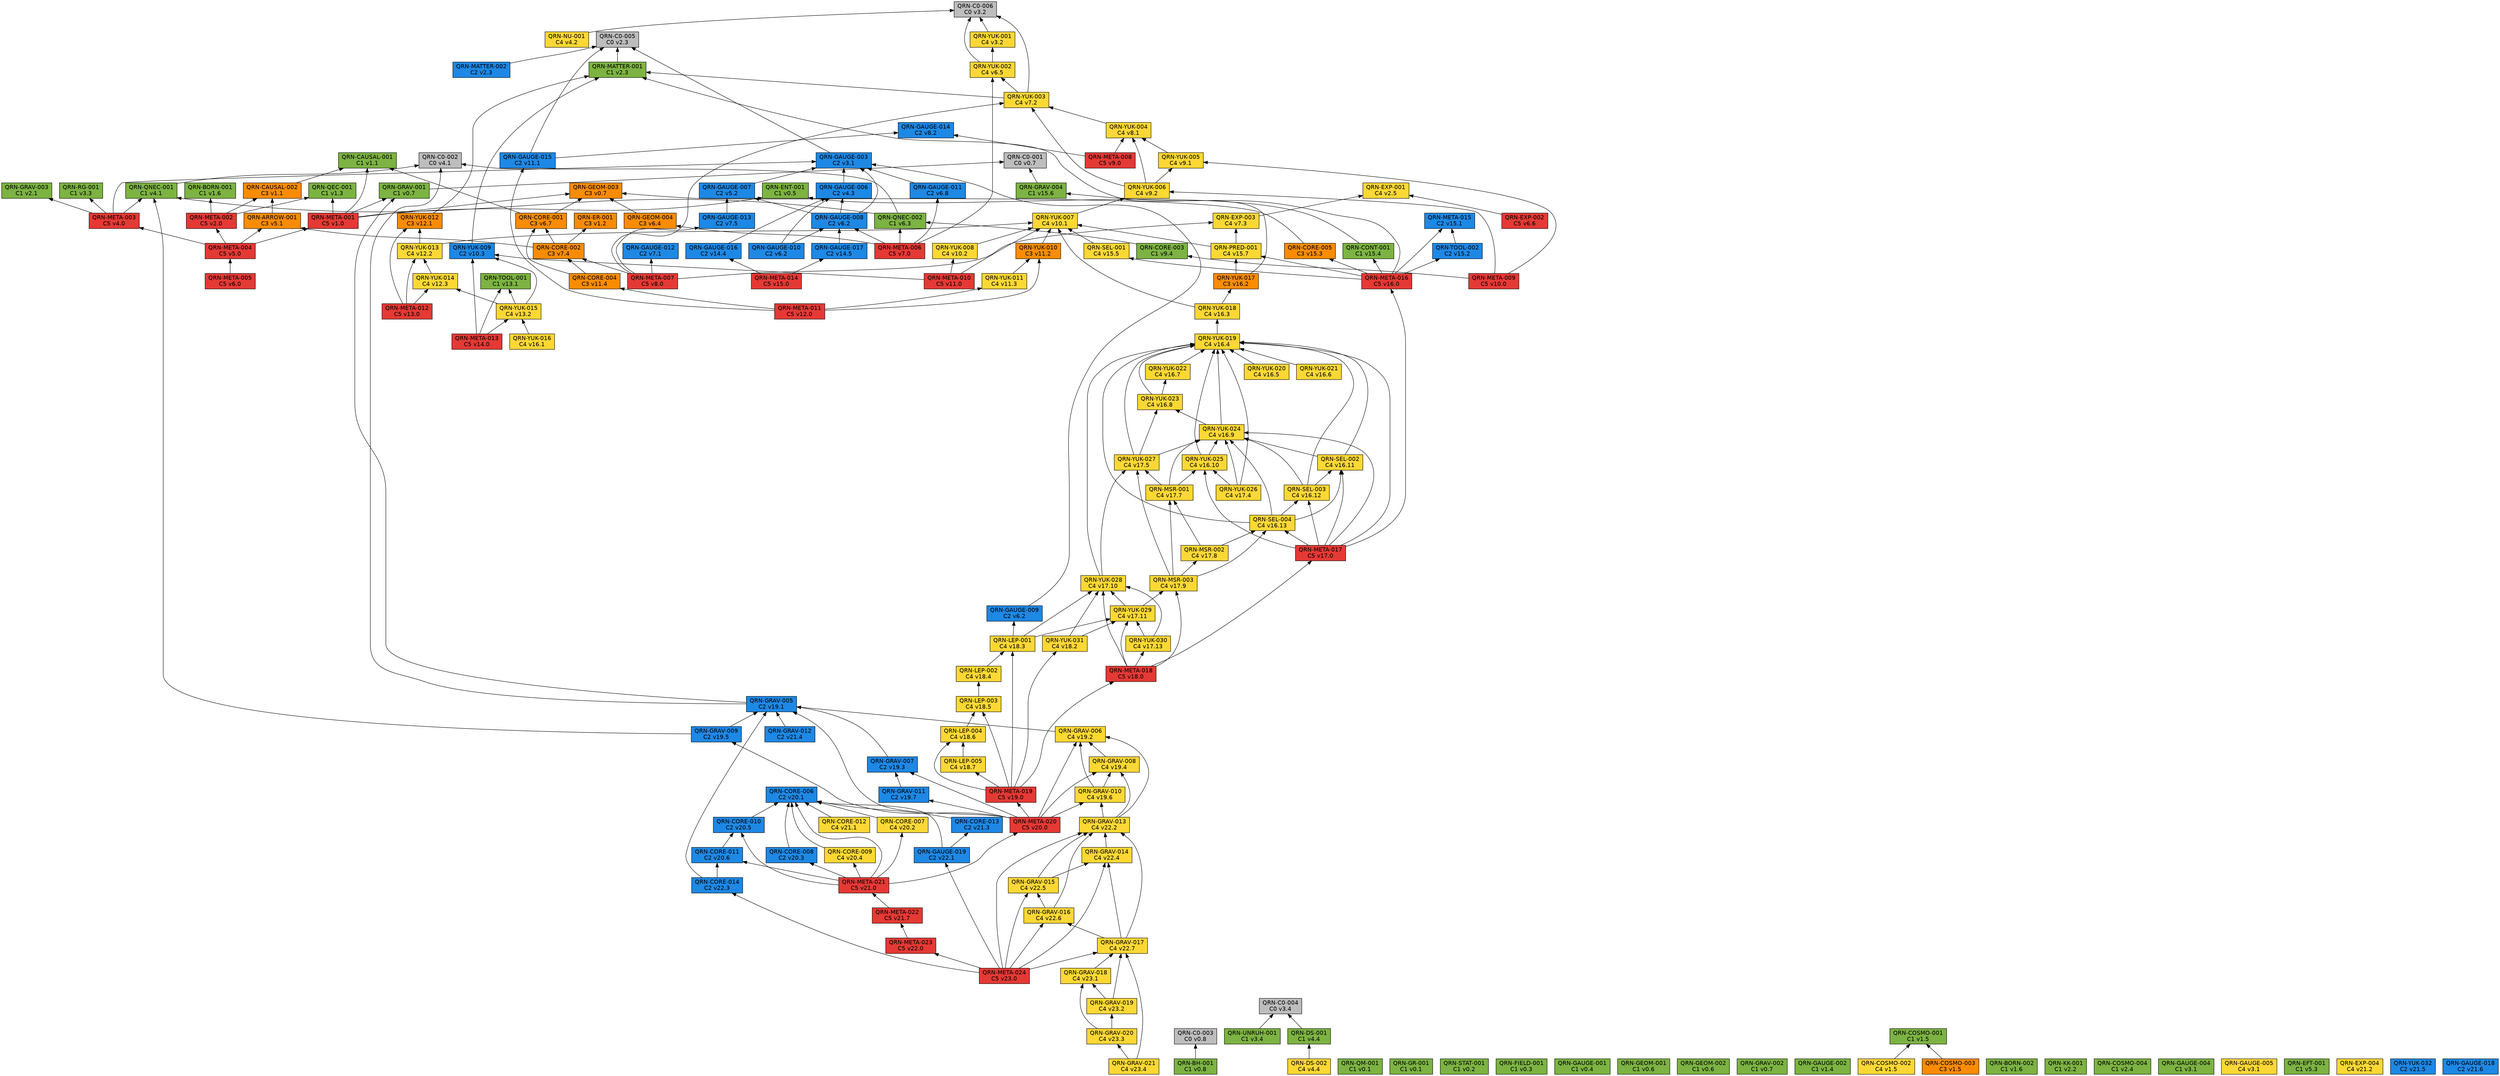
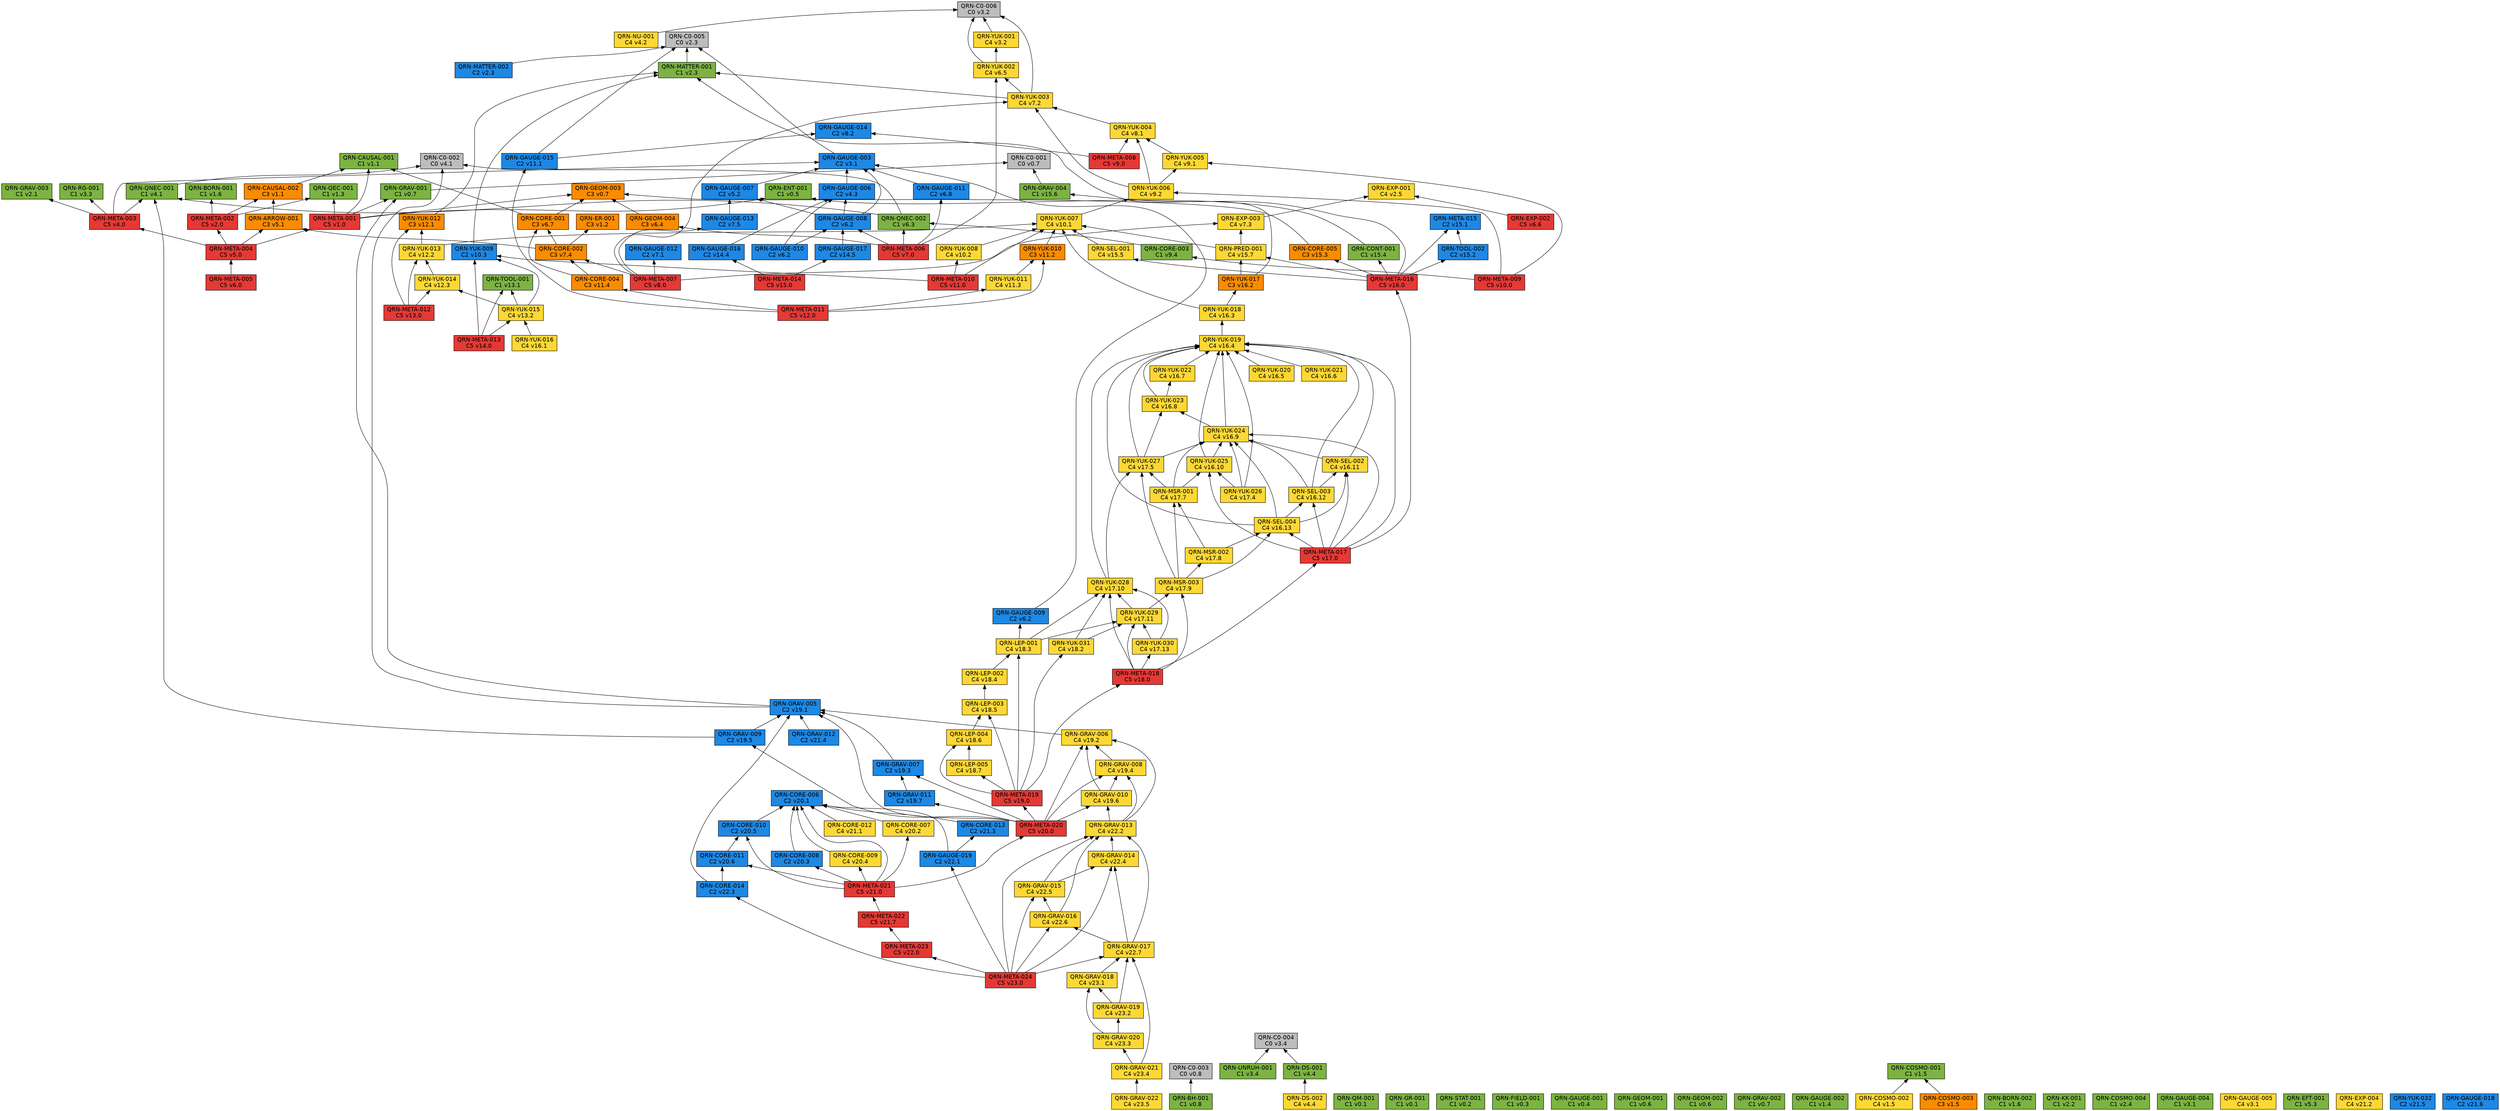
// 自動生成 (dag/report.pl) — QRN 主張依存グラフ
digraph qrn {
  rankdir=BT;
  node [shape=box, style=filled, fontname="Helvetica"];
  "QRN-C0-001" [fillcolor="#bdbdbd", label="QRN-C0-001\nC0 v0.7"];
  "QRN-C0-002" [fillcolor="#bdbdbd", label="QRN-C0-002\nC0 v4.1"];
  "QRN-C0-003" [fillcolor="#bdbdbd", label="QRN-C0-003\nC0 v0.8"];
  "QRN-C0-004" [fillcolor="#bdbdbd", label="QRN-C0-004\nC0 v3.4"];
  "QRN-C0-005" [fillcolor="#bdbdbd", label="QRN-C0-005\nC0 v2.3"];
  "QRN-C0-006" [fillcolor="#bdbdbd", label="QRN-C0-006\nC0 v3.2"];
  "QRN-QM-001" [fillcolor="#7cb342", label="QRN-QM-001\nC1 v0.1"];
  "QRN-GR-001" [fillcolor="#7cb342", label="QRN-GR-001\nC1 v0.1"];
  "QRN-STAT-001" [fillcolor="#7cb342", label="QRN-STAT-001\nC1 v0.2"];
  "QRN-FIELD-001" [fillcolor="#7cb342", label="QRN-FIELD-001\nC1 v0.3"];
  "QRN-GAUGE-001" [fillcolor="#7cb342", label="QRN-GAUGE-001\nC1 v0.4"];
  "QRN-ENT-001" [fillcolor="#7cb342", label="QRN-ENT-001\nC1 v0.5"];
  "QRN-GEOM-001" [fillcolor="#7cb342", label="QRN-GEOM-001\nC1 v0.6"];
  "QRN-GEOM-002" [fillcolor="#7cb342", label="QRN-GEOM-002\nC1 v0.6"];
  "QRN-GEOM-003" [fillcolor="#fb8c00", label="QRN-GEOM-003\nC3 v0.7"];
  "QRN-GRAV-001" [fillcolor="#7cb342", label="QRN-GRAV-001\nC1 v0.7"];
  "QRN-GRAV-002" [fillcolor="#7cb342", label="QRN-GRAV-002\nC1 v0.7"];
  "QRN-BH-001" [fillcolor="#7cb342", label="QRN-BH-001\nC1 v0.8"];
  "QRN-CAUSAL-001" [fillcolor="#7cb342", label="QRN-CAUSAL-001\nC1 v1.1"];
  "QRN-CAUSAL-002" [fillcolor="#fb8c00", label="QRN-CAUSAL-002\nC3 v1.1"];
  "QRN-ER-001" [fillcolor="#fb8c00", label="QRN-ER-001\nC3 v1.2"];
  "QRN-QEC-001" [fillcolor="#7cb342", label="QRN-QEC-001\nC1 v1.3"];
  "QRN-GAUGE-002" [fillcolor="#7cb342", label="QRN-GAUGE-002\nC1 v1.4"];
  "QRN-COSMO-001" [fillcolor="#7cb342", label="QRN-COSMO-001\nC1 v1.5"];
  "QRN-COSMO-002" [fillcolor="#fdd835", label="QRN-COSMO-002\nC4 v1.5"];
  "QRN-COSMO-003" [fillcolor="#fb8c00", label="QRN-COSMO-003\nC3 v1.5"];
  "QRN-BORN-001" [fillcolor="#7cb342", label="QRN-BORN-001\nC1 v1.6"];
  "QRN-BORN-002" [fillcolor="#7cb342", label="QRN-BORN-002\nC1 v1.6"];
  "QRN-GRAV-003" [fillcolor="#7cb342", label="QRN-GRAV-003\nC1 v2.1"];
  "QRN-KK-001" [fillcolor="#7cb342", label="QRN-KK-001\nC1 v2.2"];
  "QRN-MATTER-001" [fillcolor="#7cb342", label="QRN-MATTER-001\nC1 v2.3"];
  "QRN-MATTER-002" [fillcolor="#1e88e5", label="QRN-MATTER-002\nC2 v2.3"];
  "QRN-COSMO-004" [fillcolor="#7cb342", label="QRN-COSMO-004\nC1 v2.4"];
  "QRN-EXP-001" [fillcolor="#fdd835", label="QRN-EXP-001\nC4 v2.5"];
  "QRN-GAUGE-003" [fillcolor="#1e88e5", label="QRN-GAUGE-003\nC2 v3.1"];
  "QRN-GAUGE-004" [fillcolor="#7cb342", label="QRN-GAUGE-004\nC1 v3.1"];
  "QRN-GAUGE-005" [fillcolor="#fdd835", label="QRN-GAUGE-005\nC4 v3.1"];
  "QRN-YUK-001" [fillcolor="#fdd835", label="QRN-YUK-001\nC4 v3.2"];
  "QRN-RG-001" [fillcolor="#7cb342", label="QRN-RG-001\nC1 v3.3"];
  "QRN-UNRUH-001" [fillcolor="#7cb342", label="QRN-UNRUH-001\nC1 v3.4"];
  "QRN-QNEC-001" [fillcolor="#7cb342", label="QRN-QNEC-001\nC1 v4.1"];
  "QRN-NU-001" [fillcolor="#fdd835", label="QRN-NU-001\nC4 v4.2"];
  "QRN-GAUGE-006" [fillcolor="#1e88e5", label="QRN-GAUGE-006\nC2 v4.3"];
  "QRN-DS-001" [fillcolor="#7cb342", label="QRN-DS-001\nC1 v4.4"];
  "QRN-DS-002" [fillcolor="#fdd835", label="QRN-DS-002\nC4 v4.4"];
  "QRN-ARROW-001" [fillcolor="#fb8c00", label="QRN-ARROW-001\nC3 v5.1"];
  "QRN-GAUGE-007" [fillcolor="#1e88e5", label="QRN-GAUGE-007\nC2 v5.2"];
  "QRN-EFT-001" [fillcolor="#7cb342", label="QRN-EFT-001\nC1 v5.3"];
  "QRN-GAUGE-008" [fillcolor="#1e88e5", label="QRN-GAUGE-008\nC2 v6.2"];
  "QRN-GAUGE-009" [fillcolor="#1e88e5", label="QRN-GAUGE-009\nC2 v6.2"];
  "QRN-GAUGE-010" [fillcolor="#1e88e5", label="QRN-GAUGE-010\nC2 v6.2"];
  "QRN-QNEC-002" [fillcolor="#7cb342", label="QRN-QNEC-002\nC1 v6.3"];
  "QRN-GEOM-004" [fillcolor="#fb8c00", label="QRN-GEOM-004\nC3 v6.4"];
  "QRN-YUK-002" [fillcolor="#fdd835", label="QRN-YUK-002\nC4 v6.5"];
  "QRN-EXP-002" [fillcolor="#e53935", label="QRN-EXP-002\nC5 v6.6"];
  "QRN-CORE-001" [fillcolor="#fb8c00", label="QRN-CORE-001\nC3 v6.7"];
  "QRN-GAUGE-011" [fillcolor="#1e88e5", label="QRN-GAUGE-011\nC2 v6.8"];
  "QRN-GAUGE-012" [fillcolor="#1e88e5", label="QRN-GAUGE-012\nC2 v7.1"];
  "QRN-YUK-003" [fillcolor="#fdd835", label="QRN-YUK-003\nC4 v7.2"];
  "QRN-EXP-003" [fillcolor="#fdd835", label="QRN-EXP-003\nC4 v7.3"];
  "QRN-CORE-002" [fillcolor="#fb8c00", label="QRN-CORE-002\nC3 v7.4"];
  "QRN-GAUGE-013" [fillcolor="#1e88e5", label="QRN-GAUGE-013\nC2 v7.5"];
  "QRN-YUK-004" [fillcolor="#fdd835", label="QRN-YUK-004\nC4 v8.1"];
  "QRN-GAUGE-014" [fillcolor="#1e88e5", label="QRN-GAUGE-014\nC2 v8.2"];
  "QRN-META-001" [fillcolor="#e53935", label="QRN-META-001\nC5 v1.0"];
  "QRN-META-002" [fillcolor="#e53935", label="QRN-META-002\nC5 v2.0"];
  "QRN-META-003" [fillcolor="#e53935", label="QRN-META-003\nC5 v4.0"];
  "QRN-META-004" [fillcolor="#e53935", label="QRN-META-004\nC5 v5.0"];
  "QRN-META-005" [fillcolor="#e53935", label="QRN-META-005\nC5 v6.0"];
  "QRN-META-006" [fillcolor="#e53935", label="QRN-META-006\nC5 v7.0"];
  "QRN-META-007" [fillcolor="#e53935", label="QRN-META-007\nC5 v8.0"];
  "QRN-META-008" [fillcolor="#e53935", label="QRN-META-008\nC5 v9.0"];
  "QRN-YUK-005" [fillcolor="#fdd835", label="QRN-YUK-005\nC4 v9.1"];
  "QRN-YUK-006" [fillcolor="#fdd835", label="QRN-YUK-006\nC4 v9.2"];
  "QRN-CORE-003" [fillcolor="#7cb342", label="QRN-CORE-003\nC1 v9.4"];
  "QRN-META-009" [fillcolor="#e53935", label="QRN-META-009\nC5 v10.0"];
  "QRN-YUK-007" [fillcolor="#fdd835", label="QRN-YUK-007\nC4 v10.1"];
  "QRN-YUK-008" [fillcolor="#fdd835", label="QRN-YUK-008\nC4 v10.2"];
  "QRN-YUK-009" [fillcolor="#1e88e5", label="QRN-YUK-009\nC2 v10.3"];
  "QRN-META-010" [fillcolor="#e53935", label="QRN-META-010\nC5 v11.0"];
  "QRN-GAUGE-015" [fillcolor="#1e88e5", label="QRN-GAUGE-015\nC2 v11.1"];
  "QRN-YUK-010" [fillcolor="#fb8c00", label="QRN-YUK-010\nC3 v11.2"];
  "QRN-YUK-011" [fillcolor="#fdd835", label="QRN-YUK-011\nC4 v11.3"];
  "QRN-CORE-004" [fillcolor="#fb8c00", label="QRN-CORE-004\nC3 v11.4"];
  "QRN-META-011" [fillcolor="#e53935", label="QRN-META-011\nC5 v12.0"];
  "QRN-YUK-012" [fillcolor="#fb8c00", label="QRN-YUK-012\nC3 v12.1"];
  "QRN-YUK-013" [fillcolor="#fdd835", label="QRN-YUK-013\nC4 v12.2"];
  "QRN-YUK-014" [fillcolor="#fdd835", label="QRN-YUK-014\nC4 v12.3"];
  "QRN-META-012" [fillcolor="#e53935", label="QRN-META-012\nC5 v13.0"];
  "QRN-TOOL-001" [fillcolor="#7cb342", label="QRN-TOOL-001\nC1 v13.1"];
  "QRN-YUK-015" [fillcolor="#fdd835", label="QRN-YUK-015\nC4 v13.2"];
  "QRN-META-013" [fillcolor="#e53935", label="QRN-META-013\nC5 v14.0"];
  "QRN-GAUGE-016" [fillcolor="#1e88e5", label="QRN-GAUGE-016\nC2 v14.4"];
  "QRN-GAUGE-017" [fillcolor="#1e88e5", label="QRN-GAUGE-017\nC2 v14.5"];
  "QRN-META-014" [fillcolor="#e53935", label="QRN-META-014\nC5 v15.0"];
  "QRN-META-015" [fillcolor="#1e88e5", label="QRN-META-015\nC2 v15.1"];
  "QRN-TOOL-002" [fillcolor="#1e88e5", label="QRN-TOOL-002\nC2 v15.2"];
  "QRN-CORE-005" [fillcolor="#fb8c00", label="QRN-CORE-005\nC3 v15.3"];
  "QRN-CONT-001" [fillcolor="#7cb342", label="QRN-CONT-001\nC1 v15.4"];
  "QRN-SEL-001" [fillcolor="#fdd835", label="QRN-SEL-001\nC4 v15.5"];
  "QRN-GRAV-004" [fillcolor="#7cb342", label="QRN-GRAV-004\nC1 v15.6"];
  "QRN-PRED-001" [fillcolor="#fdd835", label="QRN-PRED-001\nC4 v15.7"];
  "QRN-META-016" [fillcolor="#e53935", label="QRN-META-016\nC5 v16.0"];
  "QRN-YUK-016" [fillcolor="#fdd835", label="QRN-YUK-016\nC4 v16.1"];
  "QRN-YUK-017" [fillcolor="#fb8c00", label="QRN-YUK-017\nC3 v16.2"];
  "QRN-YUK-018" [fillcolor="#fdd835", label="QRN-YUK-018\nC4 v16.3"];
  "QRN-YUK-019" [fillcolor="#fdd835", label="QRN-YUK-019\nC4 v16.4"];
  "QRN-YUK-020" [fillcolor="#fdd835", label="QRN-YUK-020\nC4 v16.5"];
  "QRN-YUK-021" [fillcolor="#fdd835", label="QRN-YUK-021\nC4 v16.6"];
  "QRN-YUK-022" [fillcolor="#fdd835", label="QRN-YUK-022\nC4 v16.7"];
  "QRN-YUK-023" [fillcolor="#fdd835", label="QRN-YUK-023\nC4 v16.8"];
  "QRN-YUK-024" [fillcolor="#fdd835", label="QRN-YUK-024\nC4 v16.9"];
  "QRN-YUK-025" [fillcolor="#fdd835", label="QRN-YUK-025\nC4 v16.10"];
  "QRN-SEL-002" [fillcolor="#fdd835", label="QRN-SEL-002\nC4 v16.11"];
  "QRN-SEL-003" [fillcolor="#fdd835", label="QRN-SEL-003\nC4 v16.12"];
  "QRN-SEL-004" [fillcolor="#fdd835", label="QRN-SEL-004\nC4 v16.13"];
  "QRN-META-017" [fillcolor="#e53935", label="QRN-META-017\nC5 v17.0"];
  "QRN-YUK-026" [fillcolor="#fdd835", label="QRN-YUK-026\nC4 v17.4"];
  "QRN-YUK-027" [fillcolor="#fdd835", label="QRN-YUK-027\nC4 v17.5"];
  "QRN-MSR-001" [fillcolor="#fdd835", label="QRN-MSR-001\nC4 v17.7"];
  "QRN-MSR-002" [fillcolor="#fdd835", label="QRN-MSR-002\nC4 v17.8"];
  "QRN-MSR-003" [fillcolor="#fdd835", label="QRN-MSR-003\nC4 v17.9"];
  "QRN-YUK-028" [fillcolor="#fdd835", label="QRN-YUK-028\nC4 v17.10"];
  "QRN-YUK-029" [fillcolor="#fdd835", label="QRN-YUK-029\nC4 v17.11"];
  "QRN-YUK-030" [fillcolor="#fdd835", label="QRN-YUK-030\nC4 v17.13"];
  "QRN-META-018" [fillcolor="#e53935", label="QRN-META-018\nC5 v18.0"];
  "QRN-YUK-031" [fillcolor="#fdd835", label="QRN-YUK-031\nC4 v18.2"];
  "QRN-LEP-001" [fillcolor="#fdd835", label="QRN-LEP-001\nC4 v18.3"];
  "QRN-LEP-002" [fillcolor="#fdd835", label="QRN-LEP-002\nC4 v18.4"];
  "QRN-LEP-003" [fillcolor="#fdd835", label="QRN-LEP-003\nC4 v18.5"];
  "QRN-LEP-004" [fillcolor="#fdd835", label="QRN-LEP-004\nC4 v18.6"];
  "QRN-LEP-005" [fillcolor="#fdd835", label="QRN-LEP-005\nC4 v18.7"];
  "QRN-META-019" [fillcolor="#e53935", label="QRN-META-019\nC5 v19.0"];
  "QRN-GRAV-005" [fillcolor="#1e88e5", label="QRN-GRAV-005\nC2 v19.1"];
  "QRN-GRAV-006" [fillcolor="#fdd835", label="QRN-GRAV-006\nC4 v19.2"];
  "QRN-GRAV-007" [fillcolor="#1e88e5", label="QRN-GRAV-007\nC2 v19.3"];
  "QRN-GRAV-008" [fillcolor="#fdd835", label="QRN-GRAV-008\nC4 v19.4"];
  "QRN-GRAV-009" [fillcolor="#1e88e5", label="QRN-GRAV-009\nC2 v19.5"];
  "QRN-GRAV-010" [fillcolor="#fdd835", label="QRN-GRAV-010\nC4 v19.6"];
  "QRN-GRAV-011" [fillcolor="#1e88e5", label="QRN-GRAV-011\nC2 v19.7"];
  "QRN-META-020" [fillcolor="#e53935", label="QRN-META-020\nC5 v20.0"];
  "QRN-CORE-006" [fillcolor="#1e88e5", label="QRN-CORE-006\nC2 v20.1"];
  "QRN-CORE-007" [fillcolor="#fdd835", label="QRN-CORE-007\nC4 v20.2"];
  "QRN-CORE-008" [fillcolor="#1e88e5", label="QRN-CORE-008\nC2 v20.3"];
  "QRN-CORE-009" [fillcolor="#fdd835", label="QRN-CORE-009\nC4 v20.4"];
  "QRN-CORE-010" [fillcolor="#1e88e5", label="QRN-CORE-010\nC2 v20.5"];
  "QRN-CORE-011" [fillcolor="#1e88e5", label="QRN-CORE-011\nC2 v20.6"];
  "QRN-META-021" [fillcolor="#e53935", label="QRN-META-021\nC5 v21.0"];
  "QRN-CORE-012" [fillcolor="#fdd835", label="QRN-CORE-012\nC4 v21.1"];
  "QRN-EXP-004" [fillcolor="#fdd835", label="QRN-EXP-004\nC4 v21.2"];
  "QRN-CORE-013" [fillcolor="#1e88e5", label="QRN-CORE-013\nC2 v21.3"];
  "QRN-GRAV-012" [fillcolor="#1e88e5", label="QRN-GRAV-012\nC2 v21.4"];
  "QRN-YUK-032" [fillcolor="#1e88e5", label="QRN-YUK-032\nC2 v21.5"];
  "QRN-GAUGE-018" [fillcolor="#1e88e5", label="QRN-GAUGE-018\nC2 v21.6"];
  "QRN-META-022" [fillcolor="#e53935", label="QRN-META-022\nC5 v21.7"];
  "QRN-META-023" [fillcolor="#e53935", label="QRN-META-023\nC5 v22.0"];
  "QRN-CORE-014" [fillcolor="#1e88e5", label="QRN-CORE-014\nC2 v22.3"];
  "QRN-GRAV-013" [fillcolor="#fdd835", label="QRN-GRAV-013\nC4 v22.2"];
  "QRN-GRAV-014" [fillcolor="#fdd835", label="QRN-GRAV-014\nC4 v22.4"];
  "QRN-GRAV-015" [fillcolor="#fdd835", label="QRN-GRAV-015\nC4 v22.5"];
  "QRN-GRAV-016" [fillcolor="#fdd835", label="QRN-GRAV-016\nC4 v22.6"];
  "QRN-GRAV-017" [fillcolor="#fdd835", label="QRN-GRAV-017\nC4 v22.7"];
  "QRN-GAUGE-019" [fillcolor="#1e88e5", label="QRN-GAUGE-019\nC2 v22.1"];
  "QRN-META-024" [fillcolor="#e53935", label="QRN-META-024\nC5 v23.0"];
  "QRN-GRAV-018" [fillcolor="#fdd835", label="QRN-GRAV-018\nC4 v23.1"];
  "QRN-GRAV-019" [fillcolor="#fdd835", label="QRN-GRAV-019\nC4 v23.2"];
  "QRN-GRAV-020" [fillcolor="#fdd835", label="QRN-GRAV-020\nC4 v23.3"];
  "QRN-GRAV-021" [fillcolor="#fdd835", label="QRN-GRAV-021\nC4 v23.4"];
+   "QRN-GRAV-022" [fillcolor="#fdd835", label="QRN-GRAV-022\nC4 v23.5"];
  "QRN-GRAV-001" -> "QRN-C0-001";
  "QRN-BH-001" -> "QRN-C0-003";
  "QRN-CAUSAL-002" -> "QRN-CAUSAL-001";
  "QRN-COSMO-002" -> "QRN-COSMO-001";
  "QRN-COSMO-003" -> "QRN-COSMO-001";
  "QRN-MATTER-001" -> "QRN-C0-005";
  "QRN-MATTER-002" -> "QRN-C0-005";
  "QRN-GAUGE-003" -> "QRN-C0-005";
  "QRN-YUK-001" -> "QRN-C0-006";
  "QRN-UNRUH-001" -> "QRN-C0-004";
  "QRN-QNEC-001" -> "QRN-C0-002";
  "QRN-NU-001" -> "QRN-C0-006";
  "QRN-GAUGE-006" -> "QRN-GAUGE-003";
  "QRN-DS-001" -> "QRN-C0-004";
  "QRN-DS-002" -> "QRN-DS-001";
  "QRN-ARROW-001" -> "QRN-CAUSAL-002";
  "QRN-GAUGE-007" -> "QRN-GAUGE-003";
  "QRN-GAUGE-008" -> "QRN-GAUGE-003";
  "QRN-GAUGE-008" -> "QRN-GAUGE-006";
  "QRN-GAUGE-008" -> "QRN-GAUGE-007";
  "QRN-GAUGE-009" -> "QRN-GAUGE-003";
  "QRN-GAUGE-010" -> "QRN-GAUGE-006";
  "QRN-GAUGE-010" -> "QRN-GAUGE-008";
  "QRN-QNEC-002" -> "QRN-C0-002";
  "QRN-QNEC-002" -> "QRN-QNEC-001";
  "QRN-GEOM-004" -> "QRN-GEOM-003";
  "QRN-YUK-002" -> "QRN-C0-006";
  "QRN-YUK-002" -> "QRN-YUK-001";
  "QRN-EXP-002" -> "QRN-EXP-001";
  "QRN-CORE-001" -> "QRN-GEOM-003";
  "QRN-CORE-001" -> "QRN-CAUSAL-001";
  "QRN-GAUGE-011" -> "QRN-GAUGE-003";
  "QRN-YUK-003" -> "QRN-C0-006";
  "QRN-YUK-003" -> "QRN-MATTER-001";
  "QRN-YUK-003" -> "QRN-YUK-002";
  "QRN-EXP-003" -> "QRN-EXP-001";
  "QRN-CORE-002" -> "QRN-CORE-001";
  "QRN-CORE-002" -> "QRN-ER-001";
  "QRN-CORE-002" -> "QRN-ARROW-001";
  "QRN-GAUGE-013" -> "QRN-GAUGE-007";
  "QRN-YUK-004" -> "QRN-YUK-003";
  "QRN-META-001" -> "QRN-GEOM-003";
  "QRN-META-001" -> "QRN-GRAV-001";
  "QRN-META-001" -> "QRN-CAUSAL-001";
  "QRN-META-001" -> "QRN-QEC-001";
  "QRN-META-001" -> "QRN-ENT-001";
  "QRN-META-002" -> "QRN-QEC-001";
  "QRN-META-002" -> "QRN-BORN-001";
  "QRN-META-002" -> "QRN-CAUSAL-002";
  "QRN-META-003" -> "QRN-GAUGE-003";
  "QRN-META-003" -> "QRN-RG-001";
  "QRN-META-003" -> "QRN-QNEC-001";
  "QRN-META-003" -> "QRN-GRAV-003";
  "QRN-META-004" -> "QRN-META-001";
  "QRN-META-004" -> "QRN-META-002";
  "QRN-META-004" -> "QRN-META-003";
  "QRN-META-004" -> "QRN-ARROW-001";
  "QRN-META-005" -> "QRN-META-004";
  "QRN-META-006" -> "QRN-GAUGE-008";
  "QRN-META-006" -> "QRN-QNEC-002";
  "QRN-META-006" -> "QRN-GEOM-004";
  "QRN-META-006" -> "QRN-YUK-002";
  "QRN-META-006" -> "QRN-GAUGE-011";
  "QRN-META-007" -> "QRN-GAUGE-012";
  "QRN-META-007" -> "QRN-YUK-003";
  "QRN-META-007" -> "QRN-EXP-003";
  "QRN-META-007" -> "QRN-CORE-002";
  "QRN-META-007" -> "QRN-GAUGE-013";
  "QRN-META-008" -> "QRN-YUK-004";
  "QRN-META-008" -> "QRN-GAUGE-014";
  "QRN-YUK-005" -> "QRN-YUK-004";
  "QRN-YUK-006" -> "QRN-YUK-003";
  "QRN-YUK-006" -> "QRN-YUK-004";
  "QRN-YUK-006" -> "QRN-YUK-005";
  "QRN-CORE-003" -> "QRN-QNEC-002";
  "QRN-META-009" -> "QRN-YUK-005";
  "QRN-META-009" -> "QRN-YUK-006";
  "QRN-META-009" -> "QRN-CORE-003";
  "QRN-YUK-007" -> "QRN-YUK-006";
  "QRN-YUK-008" -> "QRN-YUK-007";
  "QRN-YUK-009" -> "QRN-MATTER-001";
  "QRN-META-010" -> "QRN-YUK-007";
  "QRN-META-010" -> "QRN-YUK-008";
  "QRN-META-010" -> "QRN-YUK-009";
  "QRN-GAUGE-015" -> "QRN-C0-005";
  "QRN-GAUGE-015" -> "QRN-GAUGE-014";
  "QRN-YUK-010" -> "QRN-YUK-007";
  "QRN-YUK-011" -> "QRN-YUK-010";
  "QRN-CORE-004" -> "QRN-CORE-001";
  "QRN-CORE-004" -> "QRN-CORE-002";
  "QRN-META-011" -> "QRN-GAUGE-015";
  "QRN-META-011" -> "QRN-YUK-010";
  "QRN-META-011" -> "QRN-YUK-011";
  "QRN-META-011" -> "QRN-CORE-004";
  "QRN-YUK-012" -> "QRN-MATTER-001";
  "QRN-YUK-013" -> "QRN-YUK-012";
  "QRN-YUK-013" -> "QRN-YUK-007";
  "QRN-YUK-014" -> "QRN-YUK-013";
  "QRN-META-012" -> "QRN-YUK-012";
  "QRN-META-012" -> "QRN-YUK-013";
  "QRN-META-012" -> "QRN-YUK-014";
  "QRN-YUK-015" -> "QRN-YUK-014";
  "QRN-YUK-015" -> "QRN-TOOL-001";
  "QRN-YUK-015" -> "QRN-YUK-009";
  "QRN-META-013" -> "QRN-YUK-015";
  "QRN-META-013" -> "QRN-TOOL-001";
  "QRN-META-013" -> "QRN-YUK-009";
  "QRN-GAUGE-016" -> "QRN-GAUGE-006";
  "QRN-GAUGE-017" -> "QRN-GAUGE-008";
  "QRN-META-014" -> "QRN-GAUGE-016";
  "QRN-META-014" -> "QRN-GAUGE-017";
  "QRN-TOOL-002" -> "QRN-META-015";
  "QRN-CORE-005" -> "QRN-GEOM-003";
  "QRN-CONT-001" -> "QRN-ENT-001";
  "QRN-SEL-001" -> "QRN-YUK-007";
  "QRN-GRAV-004" -> "QRN-C0-001";
  "QRN-PRED-001" -> "QRN-YUK-007";
  "QRN-PRED-001" -> "QRN-EXP-003";
  "QRN-META-016" -> "QRN-META-015";
  "QRN-META-016" -> "QRN-TOOL-002";
  "QRN-META-016" -> "QRN-CORE-005";
  "QRN-META-016" -> "QRN-CONT-001";
  "QRN-META-016" -> "QRN-SEL-001";
  "QRN-META-016" -> "QRN-GRAV-004";
  "QRN-META-016" -> "QRN-PRED-001";
  "QRN-YUK-016" -> "QRN-YUK-015";
  "QRN-YUK-017" -> "QRN-MATTER-001";
  "QRN-YUK-017" -> "QRN-PRED-001";
  "QRN-YUK-018" -> "QRN-YUK-017";
  "QRN-YUK-018" -> "QRN-YUK-007";
  "QRN-YUK-019" -> "QRN-YUK-018";
  "QRN-YUK-020" -> "QRN-YUK-019";
  "QRN-YUK-021" -> "QRN-YUK-019";
  "QRN-YUK-022" -> "QRN-YUK-019";
  "QRN-YUK-023" -> "QRN-YUK-019";
  "QRN-YUK-023" -> "QRN-YUK-022";
  "QRN-YUK-024" -> "QRN-YUK-019";
  "QRN-YUK-024" -> "QRN-YUK-023";
  "QRN-YUK-025" -> "QRN-YUK-019";
  "QRN-YUK-025" -> "QRN-YUK-024";
  "QRN-SEL-002" -> "QRN-YUK-019";
  "QRN-SEL-002" -> "QRN-YUK-024";
  "QRN-SEL-003" -> "QRN-YUK-019";
  "QRN-SEL-003" -> "QRN-YUK-024";
  "QRN-SEL-003" -> "QRN-SEL-002";
  "QRN-SEL-004" -> "QRN-YUK-019";
  "QRN-SEL-004" -> "QRN-YUK-024";
  "QRN-SEL-004" -> "QRN-SEL-002";
  "QRN-SEL-004" -> "QRN-SEL-003";
  "QRN-META-017" -> "QRN-META-016";
  "QRN-META-017" -> "QRN-YUK-019";
  "QRN-META-017" -> "QRN-YUK-024";
  "QRN-META-017" -> "QRN-YUK-025";
  "QRN-META-017" -> "QRN-SEL-002";
  "QRN-META-017" -> "QRN-SEL-003";
  "QRN-META-017" -> "QRN-SEL-004";
  "QRN-YUK-026" -> "QRN-YUK-019";
  "QRN-YUK-026" -> "QRN-YUK-024";
  "QRN-YUK-026" -> "QRN-YUK-025";
  "QRN-YUK-027" -> "QRN-YUK-019";
  "QRN-YUK-027" -> "QRN-YUK-023";
  "QRN-YUK-027" -> "QRN-YUK-024";
  "QRN-MSR-001" -> "QRN-YUK-024";
  "QRN-MSR-001" -> "QRN-YUK-025";
  "QRN-MSR-001" -> "QRN-YUK-027";
  "QRN-MSR-002" -> "QRN-SEL-004";
  "QRN-MSR-002" -> "QRN-MSR-001";
  "QRN-MSR-003" -> "QRN-MSR-001";
  "QRN-MSR-003" -> "QRN-MSR-002";
  "QRN-MSR-003" -> "QRN-SEL-004";
  "QRN-MSR-003" -> "QRN-YUK-027";
  "QRN-YUK-028" -> "QRN-YUK-019";
  "QRN-YUK-028" -> "QRN-YUK-027";
  "QRN-YUK-029" -> "QRN-YUK-028";
  "QRN-YUK-029" -> "QRN-MSR-003";
  "QRN-YUK-030" -> "QRN-YUK-028";
  "QRN-YUK-030" -> "QRN-YUK-029";
  "QRN-META-018" -> "QRN-META-017";
  "QRN-META-018" -> "QRN-MSR-003";
  "QRN-META-018" -> "QRN-YUK-028";
  "QRN-META-018" -> "QRN-YUK-029";
  "QRN-META-018" -> "QRN-YUK-030";
  "QRN-YUK-031" -> "QRN-YUK-028";
  "QRN-YUK-031" -> "QRN-YUK-029";
  "QRN-LEP-001" -> "QRN-YUK-028";
  "QRN-LEP-001" -> "QRN-YUK-029";
  "QRN-LEP-001" -> "QRN-GAUGE-009";
  "QRN-LEP-002" -> "QRN-LEP-001";
  "QRN-LEP-003" -> "QRN-LEP-002";
  "QRN-LEP-004" -> "QRN-LEP-003";
  "QRN-LEP-005" -> "QRN-LEP-004";
  "QRN-META-019" -> "QRN-META-018";
  "QRN-META-019" -> "QRN-YUK-031";
  "QRN-META-019" -> "QRN-LEP-001";
  "QRN-META-019" -> "QRN-LEP-003";
  "QRN-META-019" -> "QRN-LEP-004";
  "QRN-META-019" -> "QRN-LEP-005";
  "QRN-GRAV-005" -> "QRN-C0-002";
  "QRN-GRAV-005" -> "QRN-GRAV-001";
  "QRN-GRAV-006" -> "QRN-GRAV-005";
  "QRN-GRAV-007" -> "QRN-GRAV-005";
  "QRN-GRAV-008" -> "QRN-GRAV-006";
  "QRN-GRAV-009" -> "QRN-GRAV-005";
  "QRN-GRAV-009" -> "QRN-QNEC-001";
  "QRN-GRAV-010" -> "QRN-GRAV-006";
  "QRN-GRAV-010" -> "QRN-GRAV-008";
  "QRN-GRAV-011" -> "QRN-GRAV-007";
  "QRN-META-020" -> "QRN-META-019";
  "QRN-META-020" -> "QRN-GRAV-005";
  "QRN-META-020" -> "QRN-GRAV-006";
  "QRN-META-020" -> "QRN-GRAV-007";
  "QRN-META-020" -> "QRN-GRAV-008";
  "QRN-META-020" -> "QRN-GRAV-009";
  "QRN-META-020" -> "QRN-GRAV-010";
  "QRN-META-020" -> "QRN-GRAV-011";
  "QRN-CORE-007" -> "QRN-CORE-006";
  "QRN-CORE-008" -> "QRN-CORE-006";
  "QRN-CORE-009" -> "QRN-CORE-006";
  "QRN-CORE-010" -> "QRN-CORE-006";
  "QRN-CORE-011" -> "QRN-CORE-010";
  "QRN-META-021" -> "QRN-META-020";
  "QRN-META-021" -> "QRN-CORE-006";
  "QRN-META-021" -> "QRN-CORE-007";
  "QRN-META-021" -> "QRN-CORE-008";
  "QRN-META-021" -> "QRN-CORE-009";
  "QRN-META-021" -> "QRN-CORE-010";
  "QRN-META-021" -> "QRN-CORE-011";
  "QRN-CORE-012" -> "QRN-CORE-006";
  "QRN-CORE-013" -> "QRN-CORE-006";
  "QRN-GRAV-012" -> "QRN-GRAV-005";
  "QRN-META-022" -> "QRN-META-021";
  "QRN-META-023" -> "QRN-META-022";
  "QRN-CORE-014" -> "QRN-CORE-011";
  "QRN-CORE-014" -> "QRN-GRAV-005";
  "QRN-GRAV-013" -> "QRN-GRAV-006";
  "QRN-GRAV-013" -> "QRN-GRAV-008";
  "QRN-GRAV-013" -> "QRN-GRAV-010";
  "QRN-GRAV-014" -> "QRN-GRAV-013";
  "QRN-GRAV-015" -> "QRN-GRAV-013";
  "QRN-GRAV-015" -> "QRN-GRAV-014";
  "QRN-GRAV-016" -> "QRN-GRAV-013";
  "QRN-GRAV-016" -> "QRN-GRAV-015";
  "QRN-GRAV-017" -> "QRN-GRAV-013";
  "QRN-GRAV-017" -> "QRN-GRAV-014";
  "QRN-GRAV-017" -> "QRN-GRAV-016";
  "QRN-GAUGE-019" -> "QRN-CORE-006";
  "QRN-GAUGE-019" -> "QRN-CORE-013";
  "QRN-META-024" -> "QRN-CORE-014";
  "QRN-META-024" -> "QRN-GRAV-013";
  "QRN-META-024" -> "QRN-GRAV-014";
  "QRN-META-024" -> "QRN-GRAV-015";
  "QRN-META-024" -> "QRN-GRAV-016";
  "QRN-META-024" -> "QRN-GRAV-017";
  "QRN-META-024" -> "QRN-GAUGE-019";
  "QRN-META-024" -> "QRN-META-023";
  "QRN-GRAV-018" -> "QRN-GRAV-017";
  "QRN-GRAV-019" -> "QRN-GRAV-017";
  "QRN-GRAV-019" -> "QRN-GRAV-018";
  "QRN-GRAV-020" -> "QRN-GRAV-018";
  "QRN-GRAV-020" -> "QRN-GRAV-019";
  "QRN-GRAV-021" -> "QRN-GRAV-017";
  "QRN-GRAV-021" -> "QRN-GRAV-020";
+   "QRN-GRAV-022" -> "QRN-GRAV-021";
}
